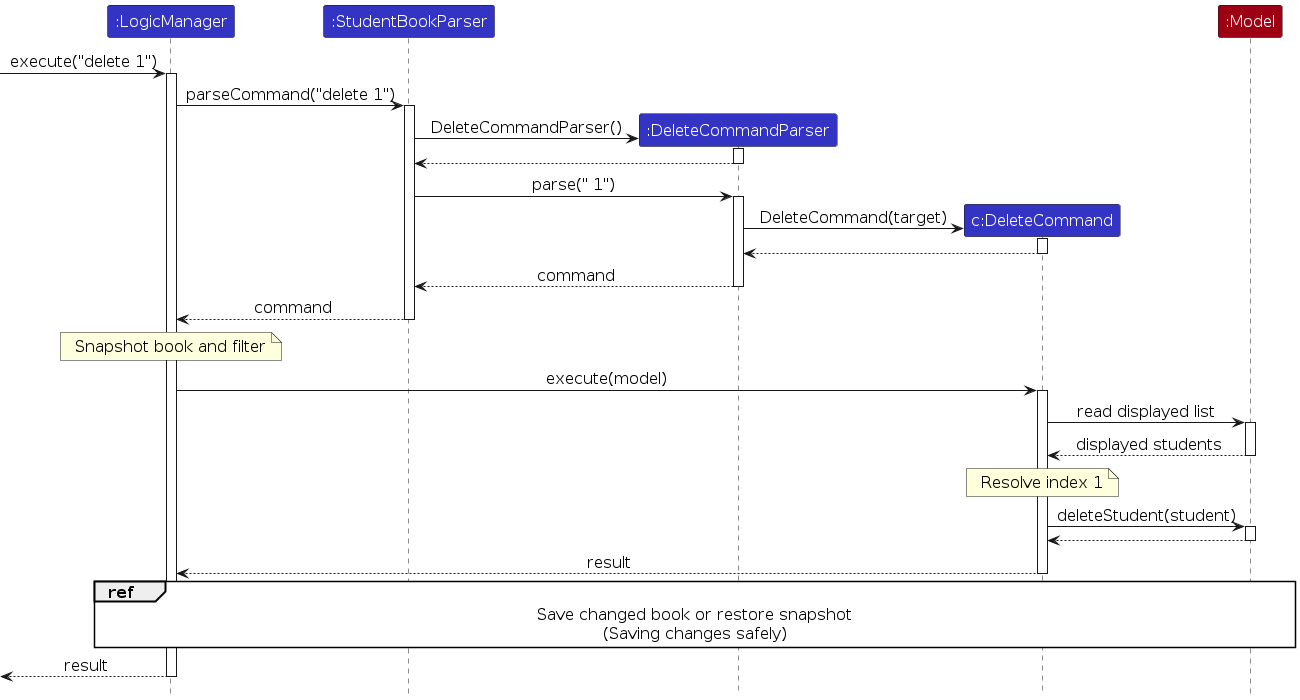
Earlier version of the PlantUML export diagrams/DeleteSequenceDiagram.png (AY2627S1-CS2103T-T16-1/tp). Its source is kept beside it as diagrams/DeleteSequenceDiagram.puml.
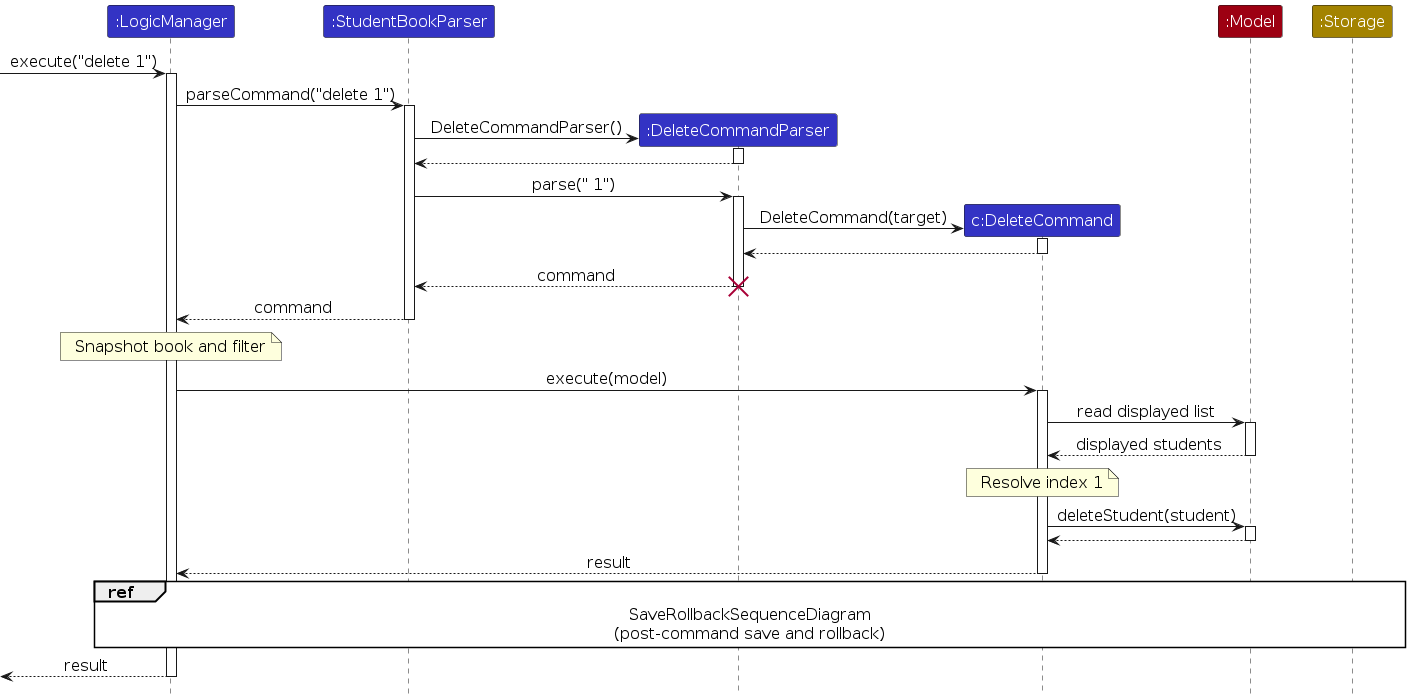
After the commit.

What changed in the source:
```diff
@@ -9,6 +9,7 @@
 participant ":DeleteCommandParser" as parser LOGIC_COLOR
 participant "c:DeleteCommand" as command LOGIC_COLOR
 participant ":Model" as model MODEL_COLOR
+participant ":Storage" as storage STORAGE_COLOR
 
 [-> logic : execute("delete 1")
 activate logic
@@ -28,9 +29,9 @@
 deactivate command
 parser --> dispatcher : command
 deactivate parser
+destroy parser
 dispatcher --> logic : command
 deactivate dispatcher
-
 note over logic : Snapshot book and filter
 
 logic -> command : execute(model)
@@ -47,9 +48,9 @@
 command --> logic : result
 deactivate command
 
-ref over logic, model
-  Save changed book or restore snapshot
-  (Saving changes safely)
+ref over logic, storage
+  SaveRollbackSequenceDiagram
+  (post-command save and rollback)
 end ref
 [<-- logic : result
 deactivate logic
```
